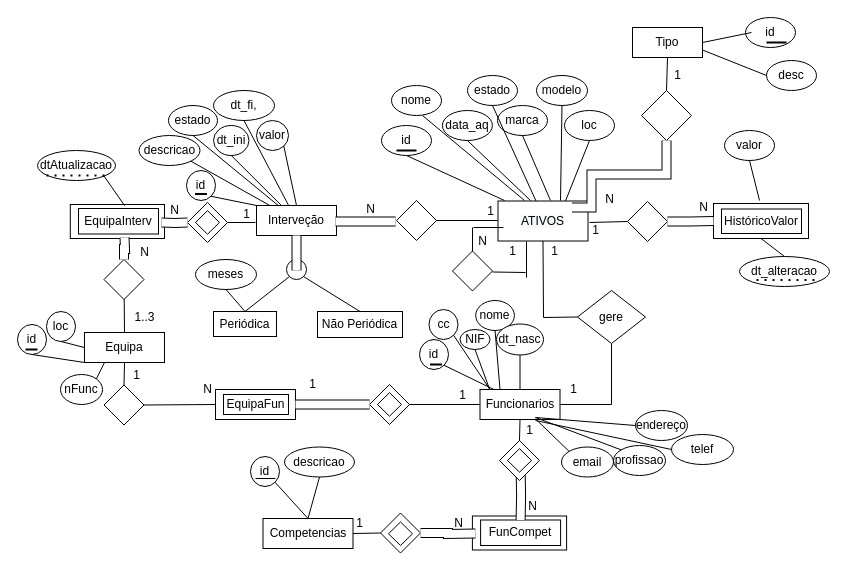
Above: ModeloAR.drawio in Nox1906/SI2G1 (draw.io), before the change. Source tidied: cells renumbered, new cells numbered last; positions are measured from the earlier drawing's top-left corner, leaving out a move shared by most shapes. Both pictures are drawn from the tidied source at 100%, with x=0, y=0 at pixel (17, 17).
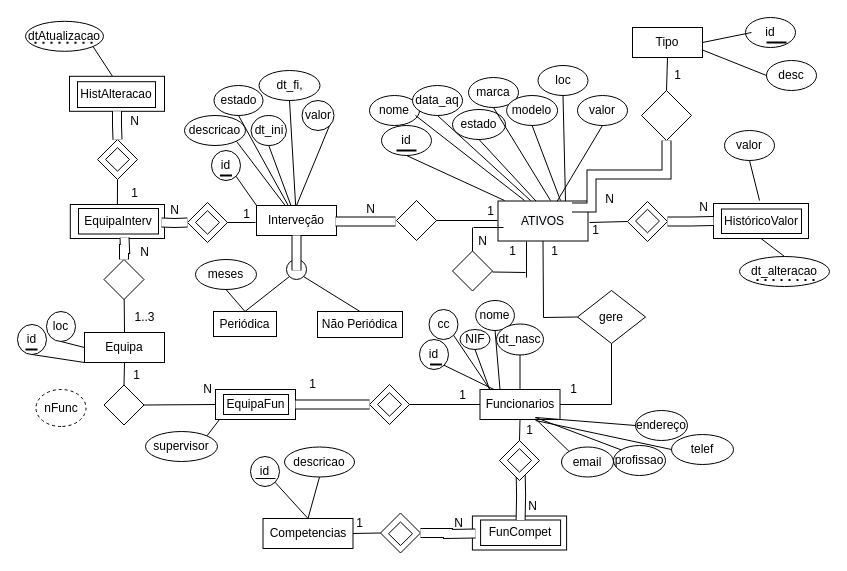
The same page after the edit.

The change refers to these unchanged cells:
```xml
<mxCell id="5" style="rounded=0;whiteSpace=wrap;html=1;" parent="1" vertex="1">
  <mxGeometry x="480.5" y="183.5" width="90" height="40" as="geometry" />
</mxCell>
<mxCell id="49" value="Equipa" style="rounded=0;whiteSpace=wrap;html=1;" parent="1" vertex="1">
  <mxGeometry x="67" y="315" width="80" height="30" as="geometry" />
</mxCell>
<mxCell id="145" style="rounded=0;whiteSpace=wrap;html=1;" parent="1" vertex="1">
  <mxGeometry x="52.8" y="187" width="94.2" height="34" as="geometry" />
</mxCell>
```

Change to the diagram source:
```diff
@@
     <mxCell id="8" value="nome" style="ellipse;whiteSpace=wrap;html=1;" parent="1" vertex="1">
-      <mxGeometry x="374" y="68" width="50" height="30" as="geometry" />
+      <mxGeometry x="352" y="78" width="50" height="30" as="geometry" />
     </mxCell>
     <mxCell id="9" value="data_aq" style="ellipse;whiteSpace=wrap;html=1;" parent="1" vertex="1">
-      <mxGeometry x="424.9" y="93" width="50" height="30" as="geometry" />
+      <mxGeometry x="395" y="68" width="50" height="30" as="geometry" />
     </mxCell>
     <mxCell id="10" value="estado" style="ellipse;whiteSpace=wrap;html=1;" parent="1" vertex="1">
-      <mxGeometry x="450" y="58" width="50" height="30" as="geometry" />
+      <mxGeometry x="435" y="92" width="53" height="30" as="geometry" />
     </mxCell>
     <mxCell id="11" value="marca" style="ellipse;whiteSpace=wrap;html=1;" parent="1" vertex="1">
-      <mxGeometry x="480" y="88" width="50" height="30" as="geometry" />
+      <mxGeometry x="451" y="60" width="50" height="30" as="geometry" />
     </mxCell>
     <mxCell id="12" value="modelo" style="ellipse;whiteSpace=wrap;html=1;" parent="1" vertex="1">
-      <mxGeometry x="519" y="58" width="51" height="30" as="geometry" />
+      <mxGeometry x="489.1" y="78" width="51" height="30" as="geometry" />
     </mxCell>
     <mxCell id="13" value="loc" style="ellipse;whiteSpace=wrap;html=1;" parent="1" vertex="1">
-      <mxGeometry x="547" y="93" width="50" height="30" as="geometry" />
+      <mxGeometry x="520.5" y="48" width="50" height="30" as="geometry" />
     </mxCell>
-    <mxCell id="14" style="endArrow=none;html=1;rounded=0;entryX=0.5;entryY=1;entryDx=0;entryDy=0;" parent="1" edge="1">
+    <mxCell id="14" style="endArrow=none;html=1;rounded=0;" parent="1" edge="1">
       <mxGeometry relative="1" as="geometry">
         <mxPoint x="507" y="183" as="sourcePoint" />
-        <mxPoint x="405" y="98" as="targetPoint" />
+        <mxPoint x="398" y="98" as="targetPoint" />
       </mxGeometry>
     </mxCell>
@@
     <mxCell id="37" value="id" style="ellipse;whiteSpace=wrap;html=1;" parent="1" vertex="1">
-      <mxGeometry x="169" y="153" width="29" height="30" as="geometry" />
+      <mxGeometry x="194" y="133" width="29" height="30" as="geometry" />
     </mxCell>
     <mxCell id="38" value="descricao" style="ellipse;whiteSpace=wrap;html=1;" parent="1" vertex="1">
-      <mxGeometry x="121.5" y="118" width="61" height="30" as="geometry" />
+      <mxGeometry x="167" y="98" width="61" height="30" as="geometry" />
     </mxCell>
     <mxCell id="39" value="estado" style="ellipse;whiteSpace=wrap;html=1;" parent="1" vertex="1">
-      <mxGeometry x="151" y="88" width="49" height="30" as="geometry" />
+      <mxGeometry x="196.5" y="68" width="49" height="30" as="geometry" />
     </mxCell>
     <mxCell id="40" value="valor" style="ellipse;whiteSpace=wrap;html=1;" parent="1" vertex="1">
-      <mxGeometry x="239" y="103" width="32" height="30" as="geometry" />
+      <mxGeometry x="284.5" y="83" width="32" height="30" as="geometry" />
     </mxCell>
     <mxCell id="41" value="dt_ini" style="ellipse;whiteSpace=wrap;html=1;" parent="1" vertex="1">
-      <mxGeometry x="196" y="108" width="35.5" height="30" as="geometry" />
+      <mxGeometry x="233.5" y="98" width="35.5" height="30" as="geometry" />
     </mxCell>
     <mxCell id="42" value="dt_fi," style="ellipse;whiteSpace=wrap;html=1;" parent="1" vertex="1">
-      <mxGeometry x="196" y="73" width="61" height="30" as="geometry" />
+      <mxGeometry x="241.5" y="53" width="61" height="30" as="geometry" />
     </mxCell>
@@
-    <mxCell id="88" style="endArrow=none;html=1;rounded=0;entryX=1;entryY=0;entryDx=0;entryDy=0;exitX=0.25;exitY=1;exitDx=0;exitDy=0;" parent="1" edge="1" source="49" target="89">
-      <mxGeometry relative="1" as="geometry" />
-    </mxCell>
-    <mxCell id="89" value="nFunc" style="ellipse;whiteSpace=wrap;html=1;" parent="1" vertex="1">
-      <mxGeometry x="43" y="357" width="42" height="30" as="geometry" />
-    </mxCell>
@@
     <mxCell id="138" style="line;strokeWidth=2;html=1;" parent="1" vertex="1">
-      <mxGeometry x="177.5" y="171.5" width="12" height="10" as="geometry" />
+      <mxGeometry x="202.5" y="153" width="12" height="10" as="geometry" />
     </mxCell>
@@
     <mxCell id="151" value="dtAtualizacao" style="ellipse;whiteSpace=wrap;html=1;" parent="1" vertex="1">
-      <mxGeometry x="20" y="133" width="78" height="30" as="geometry" />
+      <mxGeometry x="8" y="3.8" width="78" height="30" as="geometry" />
     </mxCell>
     <mxCell id="152" style="endArrow=none;html=1;rounded=0;entryX=1;entryY=1;entryDx=0;entryDy=0;" parent="1" edge="1" target="151">
       <mxGeometry relative="1" as="geometry">
-        <mxPoint x="107" y="188" as="sourcePoint" />
+        <mxPoint x="95" y="58.8" as="sourcePoint" />
       </mxGeometry>
     </mxCell>
@@
     <mxCell id="157" style="endArrow=none;dashed=1;html=1;dashPattern=1 3;strokeWidth=2;rounded=0;" parent="1" edge="1">
       <mxGeometry relative="1" as="geometry">
-        <mxPoint x="29" y="158" as="sourcePoint" />
-        <mxPoint x="89" y="158" as="targetPoint" />
+        <mxPoint x="17" y="25.2" as="sourcePoint" />
+        <mxPoint x="77" y="25.2" as="targetPoint" />
       </mxGeometry>
     </mxCell>
+    <mxCell id="158" style="rhombus;whiteSpace=wrap;html=1;" parent="1" vertex="1">
+      <mxGeometry x="618" y="191.8" width="24" height="23.5" as="geometry" />
+    </mxCell>
+    <mxCell id="159" style="rhombus;whiteSpace=wrap;html=1;" parent="1" vertex="1">
+      <mxGeometry x="80" y="122" width="40" height="40" as="geometry" />
+    </mxCell>
+    <mxCell id="160" style="rhombus;whiteSpace=wrap;html=1;" parent="1" vertex="1">
+      <mxGeometry x="88" y="130.2" width="24" height="23.5" as="geometry" />
+    </mxCell>
+    <mxCell id="161" style="endArrow=none;html=1;rounded=0;exitX=0.5;exitY=0;exitDx=0;exitDy=0;entryX=0.5;entryY=1;entryDx=0;entryDy=0;" parent="1" edge="1" source="145" target="159">
+      <mxGeometry relative="1" as="geometry" />
+    </mxCell>
+    <mxCell id="162" style="rounded=0;whiteSpace=wrap;html=1;" parent="1" vertex="1">
+      <mxGeometry x="52" y="58.8" width="95" height="35" as="geometry" />
+    </mxCell>
+    <mxCell id="163" value="HistAlteracao" style="rounded=0;whiteSpace=wrap;html=1;" parent="1" vertex="1">
+      <mxGeometry x="60" y="64.2" width="78" height="25.8" as="geometry" />
+    </mxCell>
+    <mxCell id="164" style="shape=filledEdge;rounded=0;fixDash=1;endArrow=none;strokeWidth=10;fillColor=#ffffff;edgeStyle=orthogonalEdgeStyle;entryX=0.5;entryY=0;entryDx=0;entryDy=0;exitX=0.5;exitY=1;exitDx=0;exitDy=0;" parent="1" edge="1" source="162" target="159">
+      <mxGeometry relative="1" as="geometry" />
+    </mxCell>
+    <mxCell id="165" value="N" style="text;html=1;align=center;verticalAlign=middle;strokeColor=none;fillColor=none;" parent="1" vertex="1">
+      <mxGeometry x="106.5" y="93.8" width="20" height="20" as="geometry" />
+    </mxCell>
+    <mxCell id="166" value="1" style="text;html=1;align=center;verticalAlign=middle;strokeColor=none;fillColor=none;" parent="1" vertex="1">
+      <mxGeometry x="106.5" y="166" width="20" height="20" as="geometry" />
+    </mxCell>
+    <mxCell id="167" value="valor" style="ellipse;whiteSpace=wrap;html=1;" parent="1" vertex="1">
+      <mxGeometry x="560" y="78" width="50" height="30" as="geometry" />
+    </mxCell>
+    <mxCell id="168" style="endArrow=none;html=1;rounded=0;entryX=0.5;entryY=1;entryDx=0;entryDy=0;exitX=0.657;exitY=0.007;exitDx=0;exitDy=0;exitPerimeter=0;" parent="1" edge="1" source="5" target="167">
+      <mxGeometry relative="1" as="geometry" />
+    </mxCell>
+    <mxCell id="169" style="endArrow=none;html=1;rounded=0;entryX=1;entryY=0;entryDx=0;entryDy=0;exitX=0.25;exitY=1;exitDx=0;exitDy=0;" parent="1" edge="1" target="170">
+      <mxGeometry relative="1" as="geometry">
+        <mxPoint x="202" y="402" as="sourcePoint" />
+      </mxGeometry>
+    </mxCell>
+    <mxCell id="170" value="supervisor" style="ellipse;whiteSpace=wrap;html=1;" parent="1" vertex="1">
+      <mxGeometry x="128" y="414" width="72" height="30" as="geometry" />
+    </mxCell>
+    <mxCell id="89" value="nFunc" style="ellipse;whiteSpace=wrap;html=1;align=center;dashed=1;direction=south;" parent="1" vertex="1">
+      <mxGeometry x="18.5" y="372" width="50" height="37" as="geometry" />
+    </mxCell>
```
